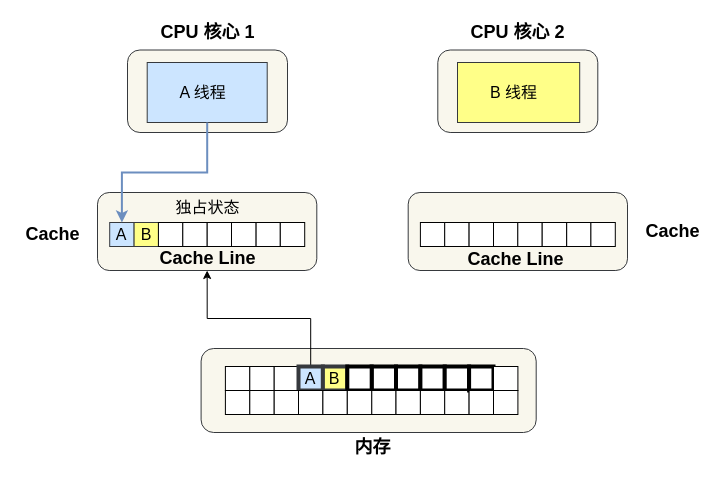
Before: 操作系统/CPU伪共享/分析伪共享2.drawio in xiaolincoder/ImageHost3, a draw.io diagram. Source tidied: cells renumbered, new cells numbered last; positions are measured from the earlier drawing's top-left corner, leaving out a move shared by most shapes. Both pictures are drawn from the tidied source at 100%, with x=0, y=0 at pixel (17, 17).
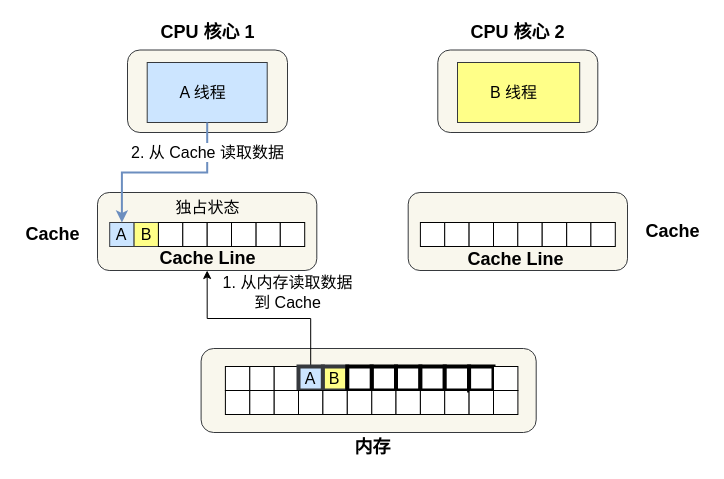
The same page after the edit.

Commit message (it also covers changes not shown here):
Update 分析伪共享2.drawio

Unchanged cells that the change refers to:
```xml
<mxCell id="3" value="&lt;font style=&quot;font-size: 16px&quot;&gt;A 线程&amp;nbsp;&amp;nbsp;&lt;/font&gt;" style="rounded=0;whiteSpace=wrap;html=1;shadow=0;sketch=0;strokeWidth=1;fillColor=#cce5ff;strokeColor=#36393d;" parent="1" vertex="1">
  <mxGeometry x="129.7" y="45" width="120" height="60" as="geometry" />
</mxCell>
<mxCell id="6" style="rounded=1;whiteSpace=wrap;html=1;shadow=0;sketch=0;strokeWidth=1;fillColor=#f9f7ed;strokeColor=#36393d;" parent="1" vertex="1">
  <mxGeometry x="80" y="175" width="219.3" height="78" as="geometry" />
</mxCell>
<mxCell id="11" value="A" style="rounded=0;whiteSpace=wrap;html=1;strokeWidth=4;fillColor=#cce5ff;strokeColor=#36393d;fontSize=16;" parent="1" vertex="1">
  <mxGeometry x="281" y="349" width="24.4" height="24" as="geometry" />
</mxCell>
<mxCell id="28" value="A" style="rounded=0;whiteSpace=wrap;html=1;fillColor=#cce5ff;strokeColor=#36393d;fontSize=16;" parent="1" vertex="1">
  <mxGeometry x="92.2" y="205" width="24.4" height="24" as="geometry" />
</mxCell>
```

Change to the diagram source:
```diff
@@
-    <mxCell id="7" style="edgeStyle=orthogonalEdgeStyle;rounded=0;jettySize=auto;html=1;exitX=0.5;exitY=0;exitDx=0;exitDy=0;entryX=0.5;entryY=1;entryDx=0;entryDy=0;" parent="1" edge="1" source="11" target="6">
-      <mxGeometry x="20" y="70" as="geometry" />
+    <mxCell id="7" value="&lt;span style=&quot;font-size: 16px;&quot;&gt;1. 从内存读取数据&lt;/span&gt;&lt;br style=&quot;font-size: 16px;&quot;&gt;&lt;span style=&quot;font-size: 16px;&quot;&gt;到 Cache&lt;/span&gt;" style="edgeStyle=orthogonalEdgeStyle;rounded=0;jettySize=auto;html=1;exitX=0.5;exitY=0;exitDx=0;exitDy=0;entryX=0.5;entryY=1;entryDx=0;entryDy=0;fontSize=16;" parent="1" edge="1" source="11" target="6">
+      <mxGeometry as="geometry">
+        <mxPoint x="29" y="-26" as="offset" />
+      </mxGeometry>
     </mxCell>
@@
-    <mxCell id="54" style="edgeStyle=orthogonalEdgeStyle;rounded=0;jettySize=auto;html=1;entryX=0.5;entryY=0;entryDx=0;entryDy=0;fontSize=18;fillColor=#dae8fc;strokeColor=#6c8ebf;gradientColor=#7ea6e0;strokeWidth=2;exitX=0.5;exitY=1;exitDx=0;exitDy=0;" parent="1" edge="1" source="3" target="28">
-      <mxGeometry relative="1" as="geometry" />
+    <mxCell id="54" value="2. 从 Cache 读取数据" style="edgeStyle=orthogonalEdgeStyle;rounded=0;jettySize=auto;html=1;entryX=0.5;entryY=0;entryDx=0;entryDy=0;fontSize=16;fillColor=#dae8fc;strokeColor=#6c8ebf;gradientColor=#7ea6e0;strokeWidth=2;exitX=0.5;exitY=1;exitDx=0;exitDy=0;" parent="1" edge="1" source="3" target="28">
+      <mxGeometry x="-0.68" relative="1" as="geometry" />
     </mxCell>
```
